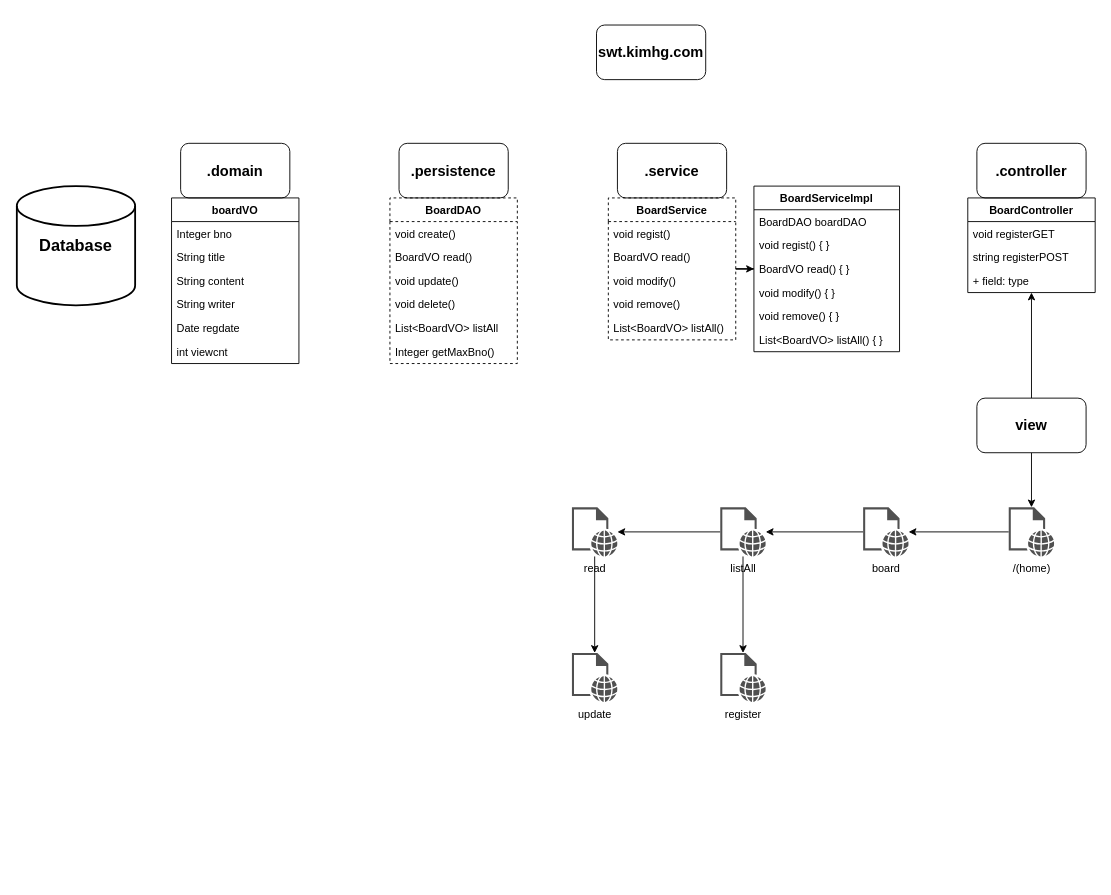
kimhg9511/Spring_Project keeps this draw.io diagram as swt homepage.drawio. Above is the earlier version. Source tidied: cells renumbered, new cells numbered last; positions are measured from the earlier drawing's top-left corner, leaving out a move shared by most shapes. Both pictures are drawn from the tidied source at 91%, with x=0, y=0 at pixel (16, 25).
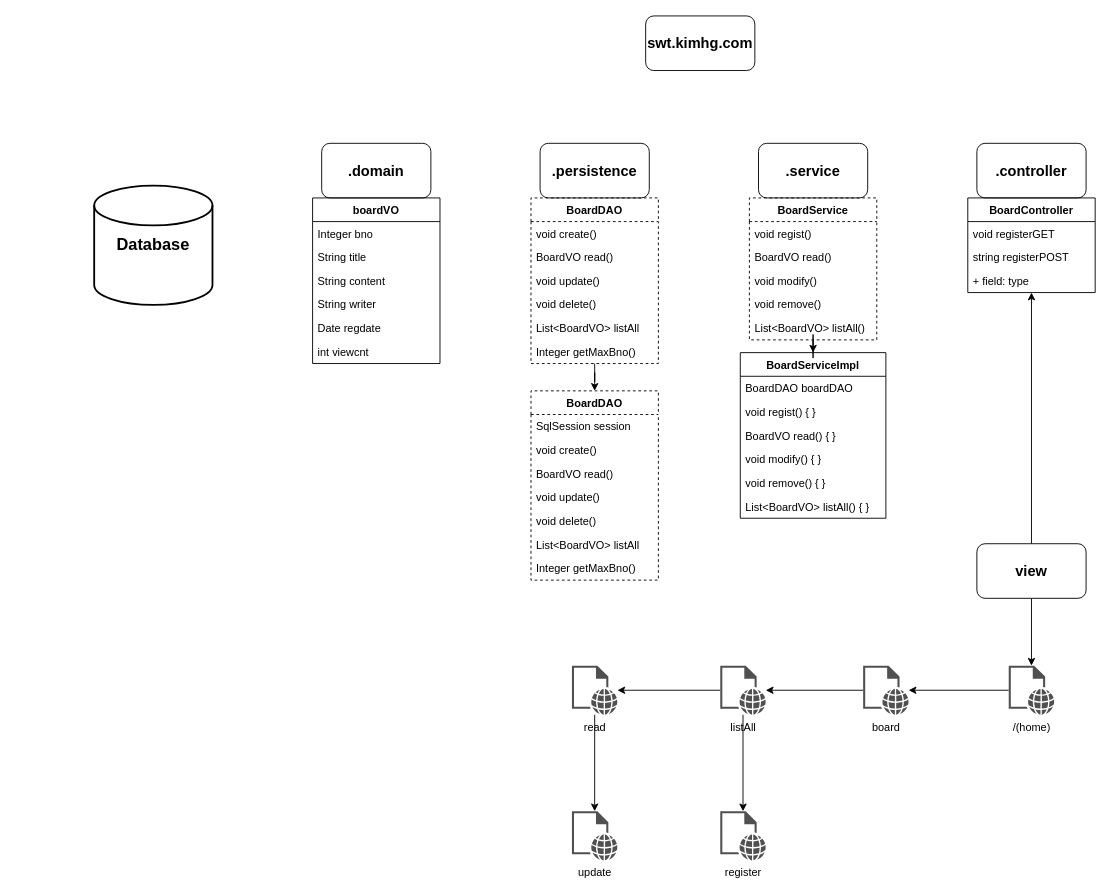
Above is the later version.

What changed in the source:
```diff
@@
     <mxCell id="3" value="&lt;span style=&quot;white-space: normal; font-size: 16px;&quot;&gt;.service&lt;/span&gt;" style="rounded=1;whiteSpace=wrap;html=1;fontSize=16;fontStyle=1;" parent="1" vertex="1">
-      <mxGeometry x="660" y="130" width="120" height="60" as="geometry" />
+      <mxGeometry x="815" y="130" width="120" height="60" as="geometry" />
     </mxCell>
     <mxCell id="4" value="&lt;span style=&quot;white-space: normal; font-size: 16px;&quot;&gt;.domain&lt;/span&gt;" style="rounded=1;whiteSpace=wrap;html=1;fontSize=16;fontStyle=1;" parent="1" vertex="1">
-      <mxGeometry x="180" y="130" width="120" height="60" as="geometry" />
+      <mxGeometry x="335" y="130" width="120" height="60" as="geometry" />
     </mxCell>
     <mxCell id="5" value="&lt;span style=&quot;white-space: normal; font-size: 16px;&quot;&gt;.persistence&lt;/span&gt;" style="rounded=1;whiteSpace=wrap;html=1;fontSize=16;fontStyle=1;" parent="1" vertex="1">
-      <mxGeometry x="420" y="130" width="120" height="60" as="geometry" />
+      <mxGeometry x="575" y="130" width="120" height="60" as="geometry" />
     </mxCell>
     <mxCell id="6" value="swt.kimhg.com" style="rounded=1;whiteSpace=wrap;html=1;fontSize=16;fontStyle=1;" parent="1" vertex="1">
-      <mxGeometry x="637" width="120" height="60" as="geometry" />
+      <mxGeometry x="691" y="-10" width="120" height="60" as="geometry" />
     </mxCell>
@@
     <mxCell id="9" value="view" style="rounded=1;whiteSpace=wrap;html=1;fontSize=16;fontStyle=1;" parent="1" vertex="1">
-      <mxGeometry x="1055" y="410" width="120" height="60" as="geometry" />
+      <mxGeometry x="1055" y="570" width="120" height="60" as="geometry" />
     </mxCell>
     <mxCell id="10" value="boardVO" style="swimlane;fontStyle=1;horizontal=1;startSize=26;fillColor=none;" parent="1" vertex="1">
-      <mxGeometry x="170" y="190" width="140" height="182" as="geometry" />
+      <mxGeometry x="325" y="190" width="140" height="182" as="geometry" />
     </mxCell>
@@
+    <mxCell id="54" style="edgeStyle=orthogonalEdgeStyle;rounded=0;jettySize=auto;html=1;" parent="1" edge="1" source="17" target="55">
+      <mxGeometry relative="1" as="geometry" />
+    </mxCell>
     <mxCell id="17" value="BoardDAO" style="swimlane;fontStyle=1;horizontal=1;startSize=26;fillColor=none;align=center;dashed=1;" parent="1" vertex="1">
-      <mxGeometry x="410" y="190" width="140" height="182" as="geometry" />
+      <mxGeometry x="565" y="190" width="140" height="182" as="geometry" />
     </mxCell>
@@
+    <mxCell id="55" value="BoardDAO" style="swimlane;fontStyle=1;horizontal=1;startSize=26;fillColor=none;align=center;dashed=1;" parent="1" vertex="1">
+      <mxGeometry x="565" y="402" width="140" height="208" as="geometry" />
+    </mxCell>
+    <mxCell id="56" value="SqlSession session" style="text;strokeColor=none;fillColor=none;align=left;verticalAlign=top;spacingLeft=4;spacingRight=4;overflow=hidden;" parent="55" vertex="1">
+      <mxGeometry y="26" width="140" height="26" as="geometry" />
+    </mxCell>
+    <mxCell id="57" value="void create()" style="text;strokeColor=none;fillColor=none;align=left;verticalAlign=top;spacingLeft=4;spacingRight=4;overflow=hidden;" parent="55" vertex="1">
+      <mxGeometry y="52" width="140" height="26" as="geometry" />
+    </mxCell>
+    <mxCell id="58" value="BoardVO read()" style="text;strokeColor=none;fillColor=none;align=left;verticalAlign=top;spacingLeft=4;spacingRight=4;overflow=hidden;" parent="55" vertex="1">
+      <mxGeometry y="78" width="140" height="26" as="geometry" />
+    </mxCell>
+    <mxCell id="59" value="void update()" style="text;strokeColor=none;fillColor=none;align=left;verticalAlign=top;spacingLeft=4;spacingRight=4;overflow=hidden;" parent="55" vertex="1">
+      <mxGeometry y="104" width="140" height="26" as="geometry" />
+    </mxCell>
+    <mxCell id="60" value="void delete()" style="text;strokeColor=none;fillColor=none;align=left;verticalAlign=top;spacingLeft=4;spacingRight=4;overflow=hidden;" parent="55" vertex="1">
+      <mxGeometry y="130" width="140" height="26" as="geometry" />
+    </mxCell>
+    <mxCell id="61" value="List&lt;BoardVO&gt; listAll" style="text;strokeColor=none;fillColor=none;align=left;verticalAlign=top;spacingLeft=4;spacingRight=4;overflow=hidden;" parent="55" vertex="1">
+      <mxGeometry y="156" width="140" height="26" as="geometry" />
+    </mxCell>
+    <mxCell id="62" value="Integer getMaxBno()" style="text;strokeColor=none;fillColor=none;align=left;verticalAlign=top;spacingLeft=4;spacingRight=4;overflow=hidden;" parent="55" vertex="1">
+      <mxGeometry y="182" width="140" height="26" as="geometry" />
+    </mxCell>
@@
     <mxCell id="25" value="BoardService" style="swimlane;fontStyle=1;horizontal=1;startSize=26;fillColor=none;dashed=1;align=center;" parent="1" vertex="1">
-      <mxGeometry x="650" y="190" width="140" height="156" as="geometry" />
+      <mxGeometry x="805" y="190" width="140" height="156" as="geometry" />
     </mxCell>
@@
     <mxCell id="31" value="BoardServiceImpl" style="swimlane;fontStyle=1;horizontal=1;startSize=26;fillColor=none;align=center;" parent="1" vertex="1">
-      <mxGeometry x="810" y="177" width="160" height="182" as="geometry" />
+      <mxGeometry x="795" y="360" width="160" height="182" as="geometry" />
     </mxCell>
@@
     <mxCell id="42" value="Database" style="strokeWidth=2;html=1;shape=mxgraph.flowchart.database;whiteSpace=wrap;align=center;fontSize=18;fontStyle=1;" parent="1" vertex="1">
-      <mxGeometry y="177" width="130" height="131" as="geometry" />
+      <mxGeometry x="85" y="176.5" width="130" height="131" as="geometry" />
     </mxCell>
@@
     <mxCell id="44" value="read" style="shadow=0;dashed=0;html=1;strokeColor=none;fillColor=#505050;labelPosition=center;verticalLabelPosition=bottom;verticalAlign=top;outlineConnect=0;align=center;shape=mxgraph.office.concepts.web_page;" parent="1" vertex="1">
-      <mxGeometry x="610" y="530" width="50" height="54" as="geometry" />
+      <mxGeometry x="610" y="704" width="50" height="54" as="geometry" />
     </mxCell>
@@
     <mxCell id="47" value="listAll" style="shadow=0;dashed=0;html=1;strokeColor=none;fillColor=#505050;labelPosition=center;verticalLabelPosition=bottom;verticalAlign=top;outlineConnect=0;align=center;shape=mxgraph.office.concepts.web_page;" parent="1" vertex="1">
-      <mxGeometry x="773" y="530" width="50" height="54" as="geometry" />
+      <mxGeometry x="773" y="704" width="50" height="54" as="geometry" />
     </mxCell>
     <mxCell id="48" value="register" style="shadow=0;dashed=0;html=1;strokeColor=none;fillColor=#505050;labelPosition=center;verticalLabelPosition=bottom;verticalAlign=top;outlineConnect=0;align=center;shape=mxgraph.office.concepts.web_page;" parent="1" vertex="1">
-      <mxGeometry x="773" y="690" width="50" height="54" as="geometry" />
+      <mxGeometry x="773" y="864" width="50" height="54" as="geometry" />
     </mxCell>
     <mxCell id="49" value="update" style="shadow=0;dashed=0;html=1;strokeColor=none;fillColor=#505050;labelPosition=center;verticalLabelPosition=bottom;verticalAlign=top;outlineConnect=0;align=center;shape=mxgraph.office.concepts.web_page;" parent="1" vertex="1">
-      <mxGeometry x="610" y="690" width="50" height="54" as="geometry" />
+      <mxGeometry x="610" y="864" width="50" height="54" as="geometry" />
     </mxCell>
@@
     <mxCell id="51" value="/(home)" style="shadow=0;dashed=0;html=1;strokeColor=none;fillColor=#505050;labelPosition=center;verticalLabelPosition=bottom;verticalAlign=top;outlineConnect=0;align=center;shape=mxgraph.office.concepts.web_page;" parent="1" vertex="1">
-      <mxGeometry x="1090" y="530" width="50" height="54" as="geometry" />
+      <mxGeometry x="1090" y="704" width="50" height="54" as="geometry" />
     </mxCell>
@@
     <mxCell id="53" value="board" style="shadow=0;dashed=0;html=1;strokeColor=none;fillColor=#505050;labelPosition=center;verticalLabelPosition=bottom;verticalAlign=top;outlineConnect=0;align=center;shape=mxgraph.office.concepts.web_page;" parent="1" vertex="1">
-      <mxGeometry x="930" y="530" width="50" height="54" as="geometry" />
+      <mxGeometry x="930" y="704" width="50" height="54" as="geometry" />
     </mxCell>
```
